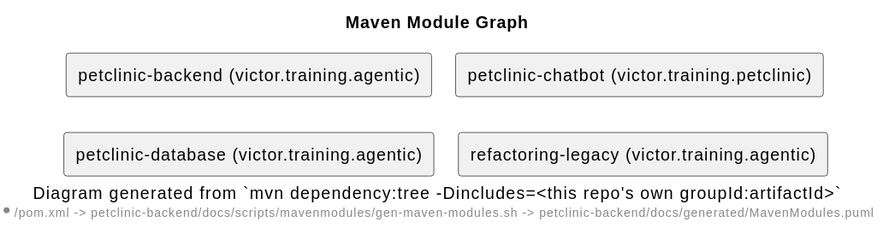
Above: demo/petclinic-pr/assets/MavenModules.context.svg in victorrentea/human-review (PlantUML), before the change. Source of this version:
```plantuml
@startuml
title Maven Module Graph
caption Diagram generated from `mvn dependency:tree -Dincludes=<this repo's own groupId:artifactId>`
footer */pom.xml -> petclinic-backend/docs/scripts/mavenmodules/gen-maven-modules.sh -> petclinic-backend/docs/generated/MavenModules.puml

skinparam shadowing false
skinparam componentStyle rectangle
skinparam nodesep 20
skinparam ranksep 30

component "petclinic-backend (victor.training.agentic)" as petclinic_backend
component "petclinic-chatbot (victor.training.petclinic)" as petclinic_chatbot
component "petclinic-database (victor.training.agentic)" as petclinic_database
component "refactoring-legacy (victor.training.agentic)" as refactoring_legacy
@enduml
```
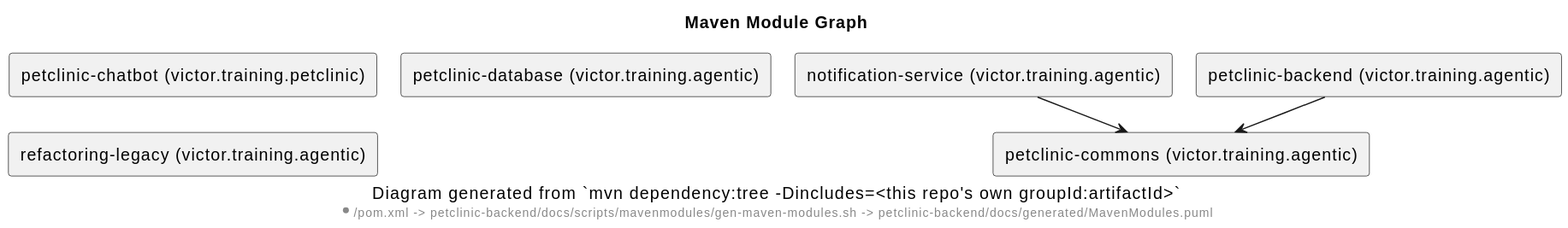
After the commit.

The edit, as a diff of the source:
```diff
@@ -8,8 +8,13 @@
 skinparam nodesep 20
 skinparam ranksep 30
 
+component "notification-service (victor.training.agentic)" as notification_service
 component "petclinic-backend (victor.training.agentic)" as petclinic_backend
 component "petclinic-chatbot (victor.training.petclinic)" as petclinic_chatbot
+component "petclinic-commons (victor.training.agentic)" as petclinic_commons
 component "petclinic-database (victor.training.agentic)" as petclinic_database
 component "refactoring-legacy (victor.training.agentic)" as refactoring_legacy
+
+notification_service --> petclinic_commons
+petclinic_backend --> petclinic_commons
 @enduml
```
